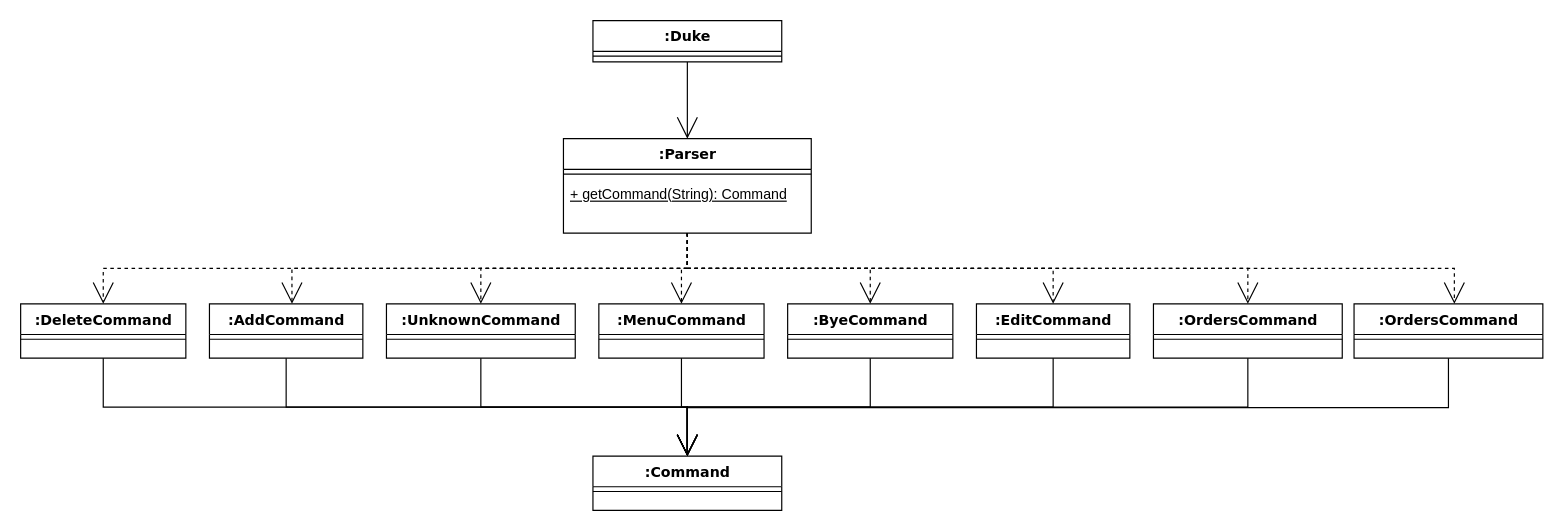
thaddyyz/tp keeps this draw.io diagram as page "Page-1" (1 of 2) of UMLdiagrams/ParserDiagrams/ParserClassDiag.drawio. Above is the earlier version. Source tidied: cells renumbered, new cells numbered last; positions are measured from the earlier drawing's top-left corner, leaving out a move shared by most shapes. Both pictures are drawn from the tidied source at 118%, with x=0, y=0 at pixel (20, 20).
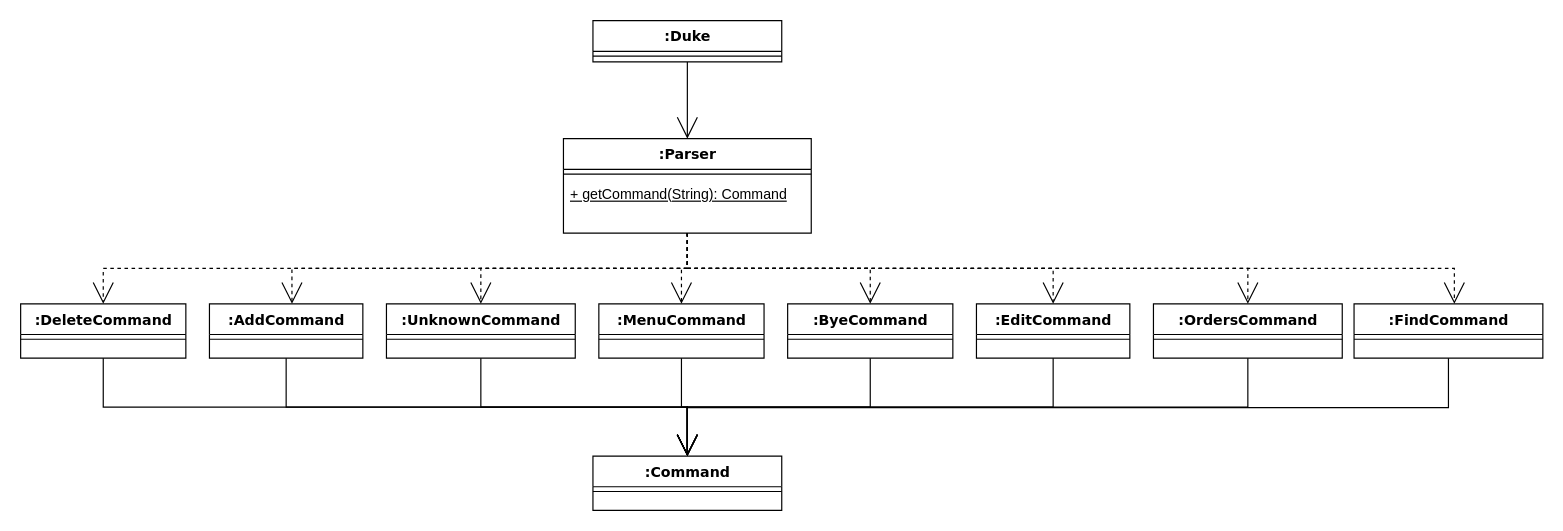
The same page after the edit.

Commit message (it also covers changes not shown here):
Edit Parser Class Diag.

Change to the diagram source:
```diff
@@
-    <mxCell id="38" value=":OrdersCommand" style="swimlane;html=1;fontStyle=1;align=center;verticalAlign=top;horizontal=1;startSize=26;swimlaneFillColor=#ffffff;rounded=0;shadow=0;comic=0;labelBackgroundColor=none;strokeWidth=1;fillColor=none;fontFamily=Verdana;fontSize=12;" parent="1" vertex="1">
+    <mxCell id="38" value=":FindCommand&lt;br&gt;" style="swimlane;html=1;fontStyle=1;align=center;verticalAlign=top;horizontal=1;startSize=26;swimlaneFillColor=#ffffff;rounded=0;shadow=0;comic=0;labelBackgroundColor=none;strokeWidth=1;fillColor=none;fontFamily=Verdana;fontSize=12;" parent="1" vertex="1">
       <mxGeometry x="1130" y="240" width="160" height="46" as="geometry" />
     </mxCell>
```
